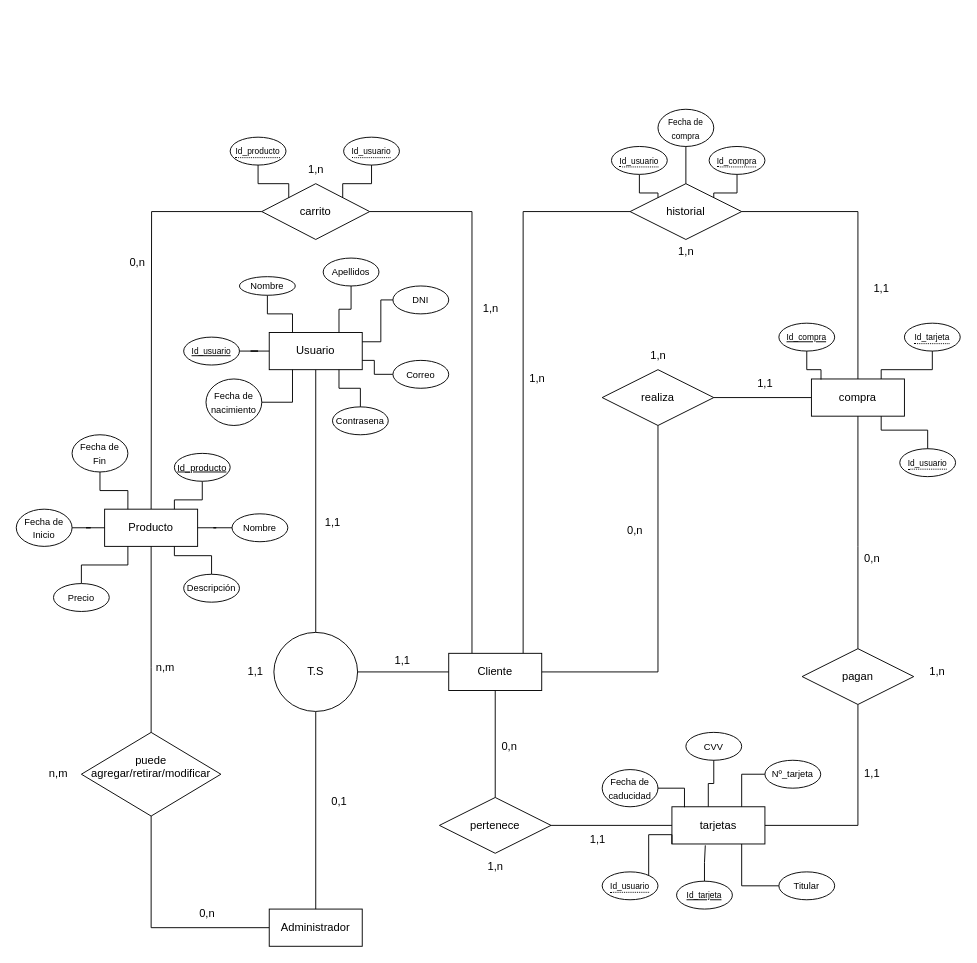
femafo/EasyFest keeps this draw.io diagram as page "Página-1" (1 of 2) of Proyecto_1ºDAM/BDA/Diagrama E-R.drawio. Above is the earlier version. Source tidied: cells renumbered, new cells numbered last; positions are measured from the earlier drawing's top-left corner, leaving out a move shared by most shapes. Both pictures are drawn from the tidied source at 93%, with x=0, y=0 at pixel (16, 109).
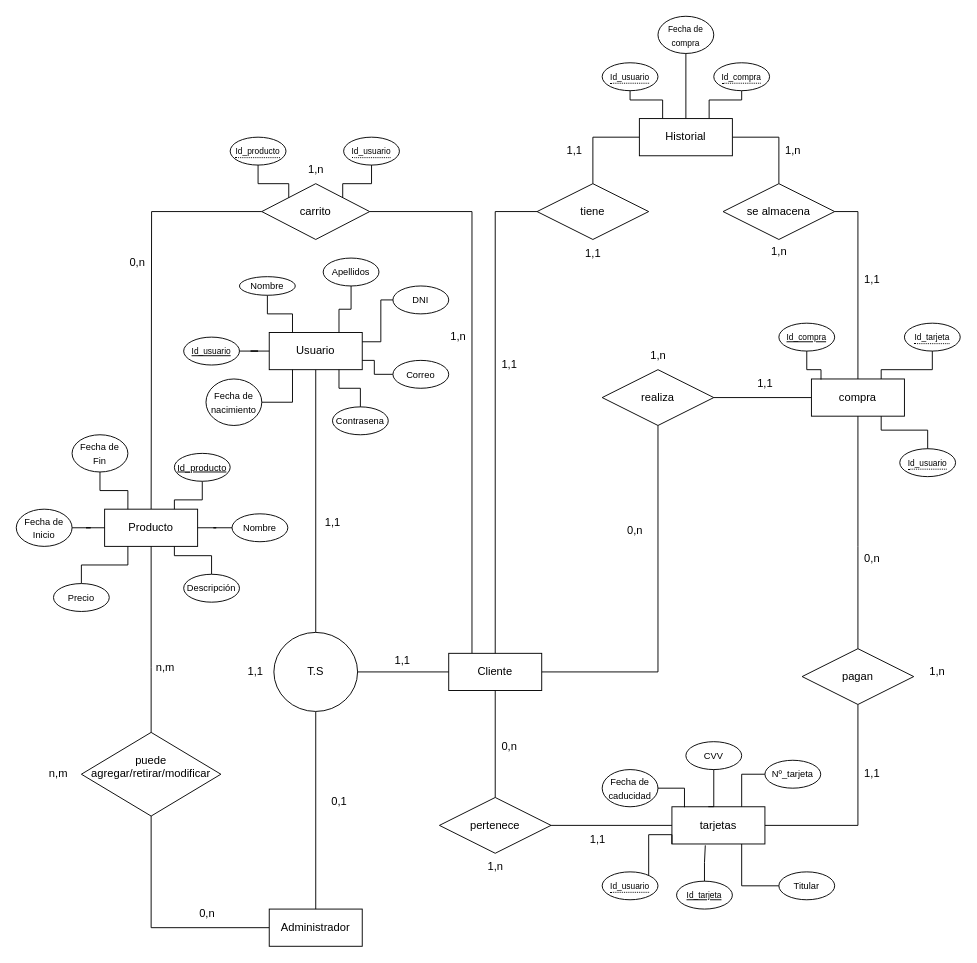
Above is the later version.

Commit message:
Diagrama ER finalizado

Unchanged cells that the change refers to:
```xml
<mxCell id="5" value="Cliente" style="whiteSpace=wrap;html=1;align=center;" parent="1" vertex="1">
  <mxGeometry x="465" y="585" width="100" height="40" as="geometry" />
</mxCell>
<mxCell id="11" value="compra" style="whiteSpace=wrap;html=1;align=center;" parent="1" vertex="1">
  <mxGeometry x="855" y="290" width="100" height="40" as="geometry" />
</mxCell>
<mxCell id="13" value="tarjetas" style="whiteSpace=wrap;html=1;align=center;" parent="1" vertex="1">
  <mxGeometry x="705" y="750" width="100" height="40" as="geometry" />
</mxCell>
```

Diff of the diagram source:
```diff
@@
-    <mxCell id="4" style="edgeStyle=orthogonalEdgeStyle;rounded=0;jettySize=auto;html=1;entryX=0;entryY=0.5;entryDx=0;entryDy=0;endArrow=none;endFill=0;" parent="1" edge="1" source="5" target="20">
-      <mxGeometry relative="1" as="geometry">
-        <Array as="points">
-          <mxPoint x="545" y="110" />
-        </Array>
-      </mxGeometry>
-    </mxCell>
@@
-    <mxCell id="19" style="edgeStyle=orthogonalEdgeStyle;rounded=0;jettySize=auto;html=1;entryX=0.5;entryY=0;entryDx=0;entryDy=0;endArrow=none;endFill=0;" parent="1" edge="1" source="20" target="11">
+    <mxCell id="19" style="edgeStyle=orthogonalEdgeStyle;rounded=0;jettySize=auto;html=1;entryX=0.5;entryY=0;entryDx=0;entryDy=0;endArrow=none;endFill=0;" parent="1" edge="1" source="113" target="11">
       <mxGeometry relative="1" as="geometry">
         <Array as="points">
           <mxPoint x="905" y="110" />
         </Array>
       </mxGeometry>
     </mxCell>
-    <mxCell id="20" value="historial" style="shape=rhombus;perimeter=rhombusPerimeter;whiteSpace=wrap;html=1;align=center;" parent="1" vertex="1">
-      <mxGeometry x="660" y="80" width="120" height="60" as="geometry" />
-    </mxCell>
@@
-    <mxCell id="36" style="edgeStyle=orthogonalEdgeStyle;rounded=0;jettySize=auto;html=1;entryX=1;entryY=0;entryDx=0;entryDy=0;endArrow=none;endFill=0;" parent="1" edge="1" source="37" target="20">
-      <mxGeometry relative="1" as="geometry" />
-    </mxCell>
+    <mxCell id="106" style="edgeStyle=orthogonalEdgeStyle;rounded=0;jettySize=auto;html=1;entryX=0.75;entryY=0;entryDx=0;entryDy=0;endArrow=none;endFill=0;" parent="1" edge="1" source="37" target="118">
+      <mxGeometry relative="1" as="geometry">
+        <Array as="points">
+          <mxPoint x="780" y="-10" />
+          <mxPoint x="745" y="-10" />
+        </Array>
+      </mxGeometry>
+    </mxCell>
     <mxCell id="37" value="&lt;span style=&quot;border-bottom: 1px dotted&quot;&gt;&lt;font style=&quot;font-size: 9px;&quot;&gt;Id_compra&lt;/font&gt;&lt;/span&gt;" style="ellipse;whiteSpace=wrap;html=1;align=center;" parent="1" vertex="1">
-      <mxGeometry x="745" y="40" width="60" height="30" as="geometry" />
+      <mxGeometry x="750" y="-50" width="60" height="30" as="geometry" />
     </mxCell>
-    <mxCell id="38" style="edgeStyle=orthogonalEdgeStyle;rounded=0;jettySize=auto;html=1;entryX=0;entryY=0;entryDx=0;entryDy=0;endArrow=none;endFill=0;" parent="1" edge="1" source="39" target="20">
-      <mxGeometry relative="1" as="geometry" />
-    </mxCell>
+    <mxCell id="107" style="edgeStyle=orthogonalEdgeStyle;rounded=0;jettySize=auto;html=1;entryX=0.25;entryY=0;entryDx=0;entryDy=0;endArrow=none;endFill=0;" parent="1" edge="1" source="39" target="118">
+      <mxGeometry relative="1" as="geometry">
+        <Array as="points">
+          <mxPoint x="660" y="-10" />
+          <mxPoint x="695" y="-10" />
+        </Array>
+      </mxGeometry>
+    </mxCell>
     <mxCell id="39" value="&lt;span style=&quot;border-bottom: 1px dotted&quot;&gt;&lt;font style=&quot;font-size: 9px;&quot;&gt;Id_usuario&lt;/font&gt;&lt;/span&gt;" style="ellipse;whiteSpace=wrap;html=1;align=center;" parent="1" vertex="1">
-      <mxGeometry x="640" y="40" width="60" height="30" as="geometry" />
+      <mxGeometry x="630" y="-50" width="60" height="30" as="geometry" />
     </mxCell>
@@
     <mxCell id="60" value="&lt;font size=&quot;1&quot;&gt;CVV&lt;/font&gt;" style="ellipse;whiteSpace=wrap;html=1;align=center;" parent="1" vertex="1">
-      <mxGeometry x="720" y="670" width="60" height="30" as="geometry" />
+      <mxGeometry x="720" y="680" width="60" height="30" as="geometry" />
     </mxCell>
@@
-    <mxCell id="65" style="edgeStyle=orthogonalEdgeStyle;rounded=0;jettySize=auto;html=1;entryX=0.5;entryY=0;entryDx=0;entryDy=0;endArrow=none;endFill=0;" parent="1" edge="1" source="66" target="20">
-      <mxGeometry relative="1" as="geometry" />
-    </mxCell>
+    <mxCell id="108" style="edgeStyle=orthogonalEdgeStyle;rounded=0;jettySize=auto;html=1;entryX=0.5;entryY=0;entryDx=0;entryDy=0;endArrow=none;endFill=0;" parent="1" edge="1" source="66" target="118">
+      <mxGeometry relative="1" as="geometry" />
+    </mxCell>
     <mxCell id="66" value="&lt;font style=&quot;font-size: 9px;&quot;&gt;Fecha de compra&lt;/font&gt;" style="ellipse;whiteSpace=wrap;html=1;align=center;" parent="1" vertex="1">
-      <mxGeometry x="690" width="60" height="40" as="geometry" />
+      <mxGeometry x="690" y="-100" width="60" height="40" as="geometry" />
     </mxCell>
@@
     <mxCell id="80" style="edgeStyle=orthogonalEdgeStyle;rounded=0;jettySize=auto;html=1;entryX=0.391;entryY=-0.003;entryDx=0;entryDy=0;entryPerimeter=0;endArrow=none;endFill=0;" parent="1" edge="1" source="60" target="13">
-      <mxGeometry relative="1" as="geometry" />
+      <mxGeometry relative="1" as="geometry">
+        <Array as="points">
+          <mxPoint x="750" y="750" />
+        </Array>
+      </mxGeometry>
     </mxCell>
@@
-    <mxCell id="88" value="1,n" style="text;html=1;align=center;verticalAlign=middle;strokeColor=none;fillColor=none;" parent="1" vertex="1">
-      <mxGeometry x="540" y="275" width="40" height="30" as="geometry" />
+    <mxCell id="88" value="1,1" style="text;html=1;align=center;verticalAlign=middle;strokeColor=none;fillColor=none;" parent="1" vertex="1">
+      <mxGeometry x="510" y="260" width="40" height="30" as="geometry" />
     </mxCell>
     <mxCell id="89" value="1,1" style="text;html=1;align=center;verticalAlign=middle;strokeColor=none;fillColor=none;" parent="1" vertex="1">
-      <mxGeometry x="910" y="178" width="40" height="30" as="geometry" />
+      <mxGeometry x="900" y="168" width="40" height="30" as="geometry" />
     </mxCell>
@@
-    <mxCell id="93" value="1,n" style="text;html=1;align=center;verticalAlign=middle;strokeColor=none;fillColor=none;" parent="1" vertex="1">
-      <mxGeometry x="700" y="138" width="40" height="30" as="geometry" />
-    </mxCell>
@@
     <mxCell id="104" value="1,n" style="text;html=1;align=center;verticalAlign=middle;strokeColor=none;fillColor=none;" parent="1" vertex="1">
-      <mxGeometry x="490" y="200" width="40" height="30" as="geometry" />
+      <mxGeometry x="455" y="230" width="40" height="30" as="geometry" />
     </mxCell>
@@
+    <mxCell id="109" style="edgeStyle=orthogonalEdgeStyle;rounded=0;jettySize=auto;html=1;entryX=0;entryY=0.5;entryDx=0;entryDy=0;endArrow=none;endFill=0;" parent="1" edge="1" source="5" target="111">
+      <mxGeometry relative="1" as="geometry" />
+    </mxCell>
+    <mxCell id="110" style="edgeStyle=orthogonalEdgeStyle;rounded=0;jettySize=auto;html=1;exitX=0.5;exitY=0;exitDx=0;exitDy=0;entryX=0;entryY=0.5;entryDx=0;entryDy=0;endArrow=none;endFill=0;" parent="1" edge="1" source="111" target="118">
+      <mxGeometry relative="1" as="geometry" />
+    </mxCell>
+    <mxCell id="111" value="tiene" style="shape=rhombus;perimeter=rhombusPerimeter;whiteSpace=wrap;html=1;align=center;" parent="1" vertex="1">
+      <mxGeometry x="560" y="80" width="120" height="60" as="geometry" />
+    </mxCell>
+    <mxCell id="112" style="edgeStyle=orthogonalEdgeStyle;rounded=0;jettySize=auto;html=1;exitX=0.5;exitY=0;exitDx=0;exitDy=0;entryX=1;entryY=0.5;entryDx=0;entryDy=0;endArrow=none;endFill=0;" parent="1" edge="1" source="113" target="118">
+      <mxGeometry relative="1" as="geometry" />
+    </mxCell>
+    <mxCell id="113" value="se almacena" style="shape=rhombus;perimeter=rhombusPerimeter;whiteSpace=wrap;html=1;align=center;" parent="1" vertex="1">
+      <mxGeometry x="760" y="80" width="120" height="60" as="geometry" />
+    </mxCell>
+    <mxCell id="114" value="1,1" style="text;html=1;align=center;verticalAlign=middle;strokeColor=none;fillColor=none;" parent="1" vertex="1">
+      <mxGeometry x="580" y="30" width="40" height="30" as="geometry" />
+    </mxCell>
+    <mxCell id="115" value="1,1" style="text;html=1;align=center;verticalAlign=middle;strokeColor=none;fillColor=none;" parent="1" vertex="1">
+      <mxGeometry x="600" y="140" width="40" height="30" as="geometry" />
+    </mxCell>
+    <mxCell id="116" value="1,n" style="text;html=1;align=center;verticalAlign=middle;strokeColor=none;fillColor=none;" parent="1" vertex="1">
+      <mxGeometry x="815" y="30" width="40" height="30" as="geometry" />
+    </mxCell>
+    <mxCell id="117" value="1,n" style="text;html=1;align=center;verticalAlign=middle;strokeColor=none;fillColor=none;" parent="1" vertex="1">
+      <mxGeometry x="800" y="138" width="40" height="30" as="geometry" />
+    </mxCell>
+    <mxCell id="118" value="Historial" style="whiteSpace=wrap;html=1;align=center;" parent="1" vertex="1">
+      <mxGeometry x="670" y="10" width="100" height="40" as="geometry" />
+    </mxCell>
```
